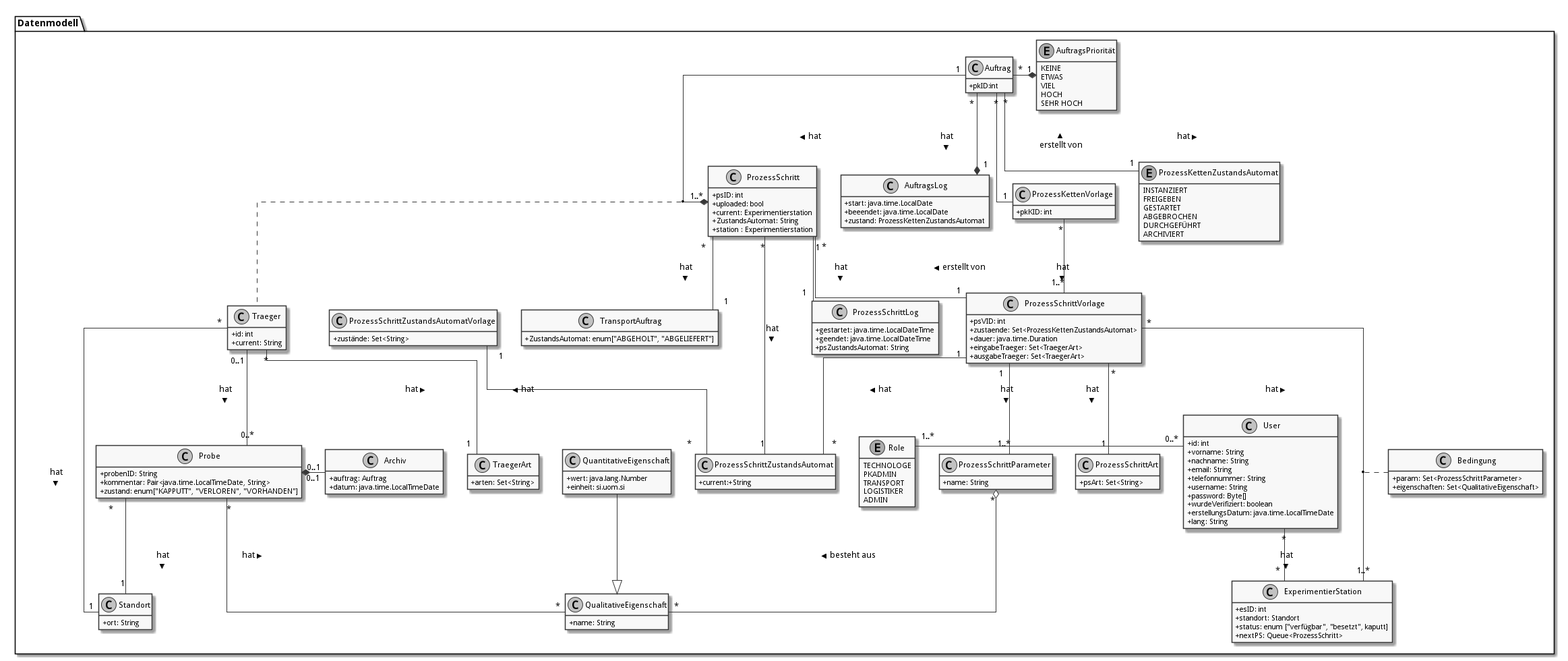
The PlantUML diagram doc/UML/datenModel.png in fkehlenb/softwareprojekt-2, before a commit.
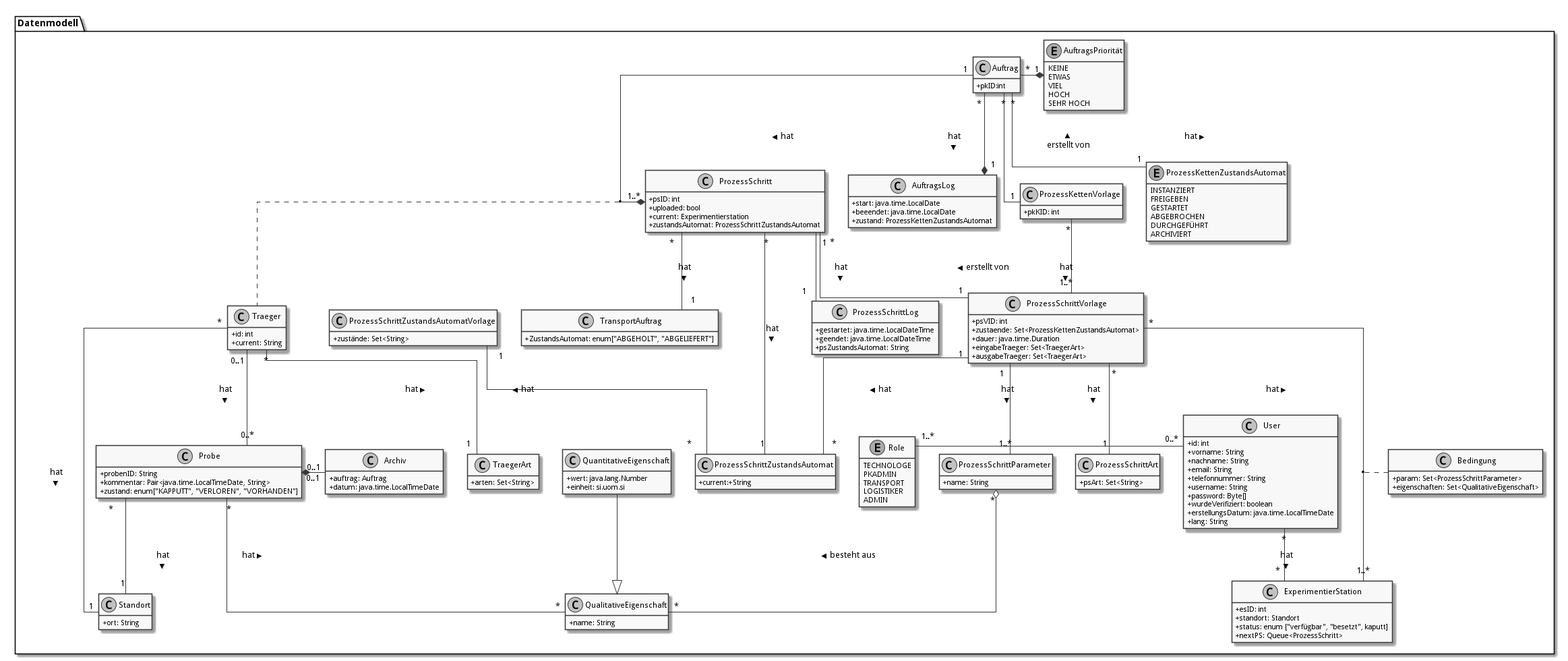
After the commit.

Commit message:
model gedösel

What changed in the source:
```diff
@@ -67,8 +67,7 @@
   +psID: int
   +uploaded: bool
   +current: Experimentierstation
-  +ZustandsAutomat: String
-  +station : Experimentierstation
+  +zustandsAutomat: ProzessSchrittZustandsAutomat
 }
 
 class ProzessSchrittLog {
```
